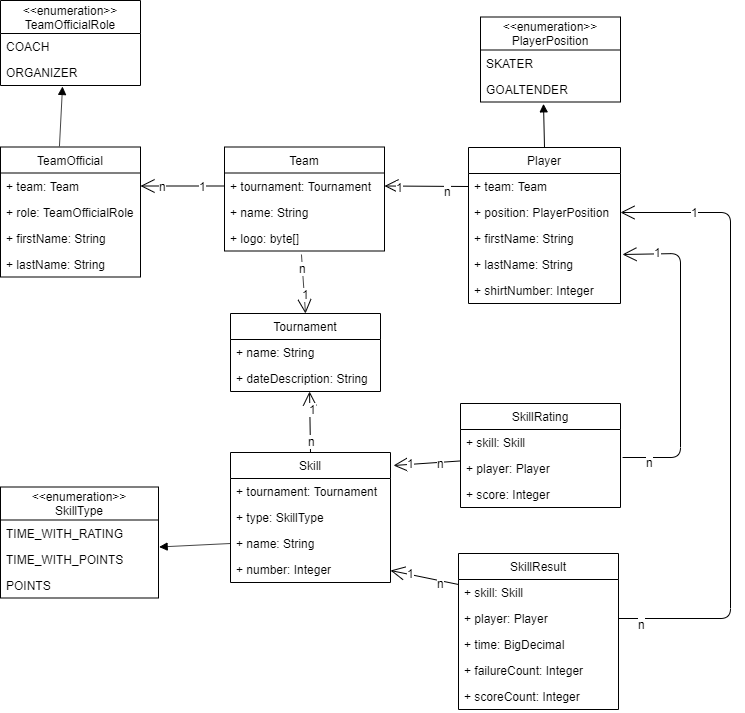
lukas99/ysg-manager keeps this draw.io diagram as documentation/ysg-manager_class-diagram.png. Above is the earlier version. Source tidied: cells renumbered, new cells last; positions are measured from the earlier drawing's top-left corner, leaving out a move shared by most shapes.
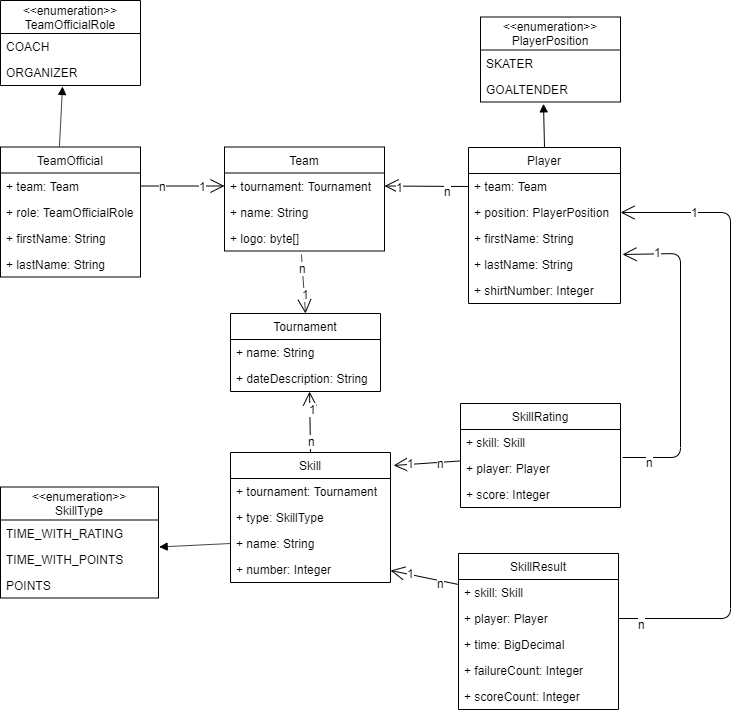
After the commit.

Commit message:
change dependency between team and teamofficial

What changed in the source:
```diff
@@ -187,7 +187,7 @@
     <mxCell id="58" style="html=1;verticalAlign=bottom;endArrow=block;exitX=0.421;exitY=-0.005;exitDx=0;exitDy=0;exitPerimeter=0;entryX=0.443;entryY=1.038;entryDx=0;entryDy=0;entryPerimeter=0;" parent="1" edge="1" source="50" target="57">
       <mxGeometry relative="1" as="geometry" />
     </mxCell>
-    <mxCell id="59" style="endArrow=open;endFill=1;endSize=12;html=1;entryX=1;entryY=0.5;entryDx=0;entryDy=0;exitX=0;exitY=0.5;exitDx=0;exitDy=0;" parent="1" edge="1" source="6" target="51">
+    <mxCell id="59" style="endArrow=none;endFill=0;endSize=12;html=1;entryX=1;entryY=0.5;entryDx=0;entryDy=0;exitX=0;exitY=0.5;exitDx=0;exitDy=0;startArrow=open;startFill=0;startSize=12;" parent="1" edge="1" source="6" target="51">
       <mxGeometry relative="1" as="geometry" />
     </mxCell>
     <mxCell id="60" value="1" style="text;html=1;align=center;verticalAlign=middle;labelBackgroundColor=#ffffff;" parent="59" vertex="1">
```
